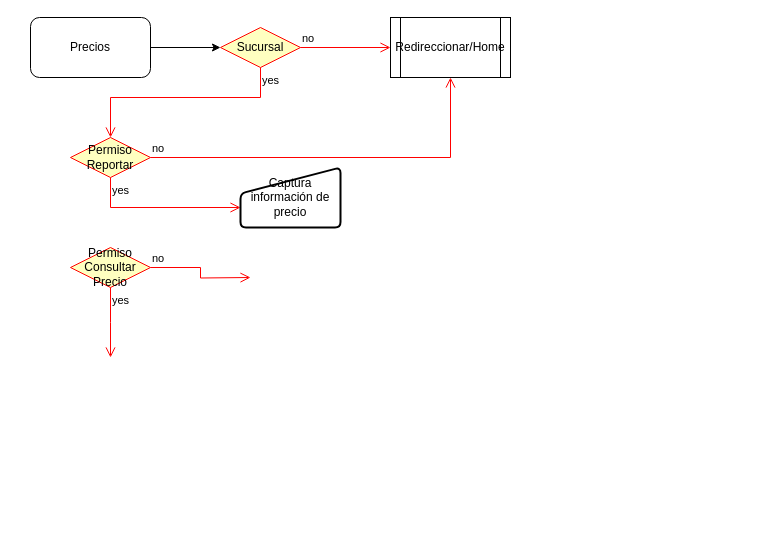
rrpovando/ProyectoDB keeps this draw.io diagram as page "Precios" (6 of 6) of Proyecto.drawio. Above is the earlier version. Source tidied: cells renumbered, new cells numbered last; positions are measured from the earlier drawing's top-left corner, leaving out a move shared by most shapes. Both pictures are drawn from the tidied source at 100%, with x=0, y=0 at pixel (30, 17).
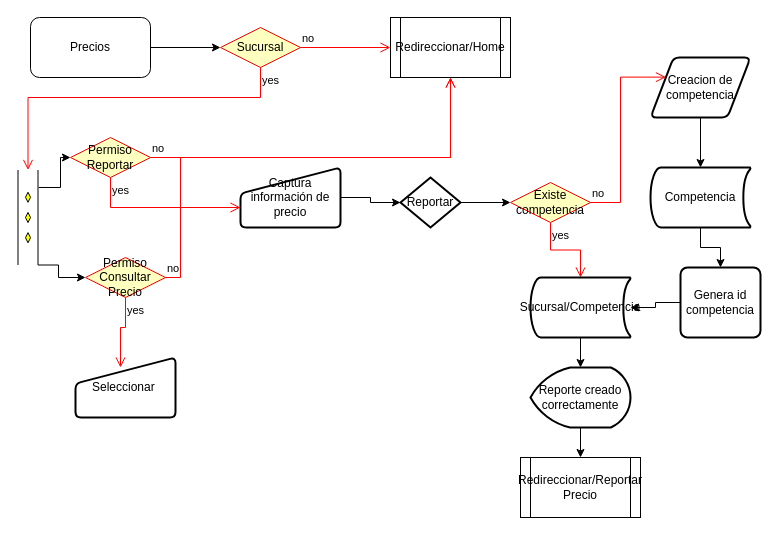
The same page after the edit.

Unchanged cells that the change refers to:
```xml
<mxCell id="4" value="Permiso Reportar" style="rhombus;whiteSpace=wrap;html=1;fillColor=#ffffc0;strokeColor=#ff0000;" parent="1" vertex="1">
  <mxGeometry x="40" y="120" width="80" height="40" as="geometry" />
</mxCell>
<mxCell id="10" value="Sucursal" style="rhombus;whiteSpace=wrap;html=1;fillColor=#ffffc0;strokeColor=#ff0000;" parent="1" vertex="1">
  <mxGeometry x="190" y="10" width="80" height="40" as="geometry" />
</mxCell>
<mxCell id="13" value="Redireccionar/Home" style="shape=process;whiteSpace=wrap;html=1;backgroundOutline=1;size=0.08333333333333333;" parent="1" vertex="1">
  <mxGeometry x="360" width="120" height="60" as="geometry" />
</mxCell>
<mxCell id="14" value="Captura información de precio" style="html=1;strokeWidth=2;shape=manualInput;whiteSpace=wrap;rounded=1;size=26;arcSize=11;" parent="1" vertex="1">
  <mxGeometry x="210" y="150" width="100" height="60" as="geometry" />
</mxCell>
```

What changed in the source:
```diff
@@
     <mxCell id="7" value="Permiso Consultar Precio" style="rhombus;whiteSpace=wrap;html=1;fillColor=#ffffc0;strokeColor=#ff0000;" parent="1" vertex="1">
-      <mxGeometry x="40" y="230" width="80" height="40" as="geometry" />
+      <mxGeometry x="55" y="240" width="80" height="40" as="geometry" />
     </mxCell>
-    <mxCell id="8" value="no" style="edgeStyle=orthogonalEdgeStyle;html=1;align=left;verticalAlign=bottom;endArrow=open;endSize=8;strokeColor=#ff0000;rounded=0;" parent="1" edge="1" source="7">
+    <mxCell id="8" value="no" style="edgeStyle=orthogonalEdgeStyle;html=1;align=left;verticalAlign=bottom;endArrow=open;endSize=8;strokeColor=#ff0000;rounded=0;entryX=0.5;entryY=1;entryDx=0;entryDy=0;" parent="1" edge="1" source="7" target="13">
       <mxGeometry x="-1" relative="1" as="geometry">
-        <mxPoint x="220" y="260" as="targetPoint" />
+        <Array as="points">
+          <mxPoint x="150" y="260" />
+          <mxPoint x="150" y="140" />
+          <mxPoint x="420" y="140" />
+        </Array>
       </mxGeometry>
     </mxCell>
-    <mxCell id="9" value="yes" style="edgeStyle=orthogonalEdgeStyle;html=1;align=left;verticalAlign=top;endArrow=open;endSize=8;strokeColor=#ff0000;rounded=0;" parent="1" edge="1" source="7">
-      <mxGeometry x="-1" relative="1" as="geometry">
-        <mxPoint x="80" y="340" as="targetPoint" />
-      </mxGeometry>
+    <mxCell id="9" value="yes" style="edgeStyle=orthogonalEdgeStyle;html=1;align=left;verticalAlign=top;endArrow=open;endSize=8;strokeColor=#ff0000;rounded=0;entryX=0.45;entryY=0.167;entryDx=0;entryDy=0;entryPerimeter=0;" parent="1" edge="1" source="7" target="35">
+      <mxGeometry x="-1" relative="1" as="geometry" />
     </mxCell>
@@
-    <mxCell id="12" value="yes" style="edgeStyle=orthogonalEdgeStyle;html=1;align=left;verticalAlign=top;endArrow=open;endSize=8;strokeColor=#ff0000;rounded=0;entryX=0.5;entryY=0;entryDx=0;entryDy=0;exitX=0.5;exitY=1;exitDx=0;exitDy=0;" parent="1" edge="1" source="10" target="4">
+    <mxCell id="12" value="yes" style="edgeStyle=orthogonalEdgeStyle;html=1;align=left;verticalAlign=top;endArrow=open;endSize=8;strokeColor=#ff0000;rounded=0;entryX=0;entryY=0.5;entryDx=0;entryDy=0;exitX=0.5;exitY=1;exitDx=0;exitDy=0;entryPerimeter=0;" parent="1" edge="1" source="10" target="33">
       <mxGeometry x="-1" relative="1" as="geometry">
         <Array as="points">
           <mxPoint x="230" y="80" />
-          <mxPoint x="80" y="80" />
+          <mxPoint x="-2" y="80" />
         </Array>
       </mxGeometry>
     </mxCell>
@@
+    <mxCell id="15" style="edgeStyle=orthogonalEdgeStyle;rounded=0;jettySize=auto;html=1;" parent="1" edge="1" source="14" target="19">
+      <mxGeometry relative="1" as="geometry" />
+    </mxCell>
@@
+    <mxCell id="16" style="edgeStyle=orthogonalEdgeStyle;rounded=0;jettySize=auto;html=1;" parent="1" edge="1" source="17" target="25">
+      <mxGeometry relative="1" as="geometry" />
+    </mxCell>
+    <mxCell id="17" value="Competencia" style="strokeWidth=2;html=1;shape=mxgraph.flowchart.stored_data;whiteSpace=wrap;" parent="1" vertex="1">
+      <mxGeometry x="620" y="150" width="100" height="60" as="geometry" />
+    </mxCell>
+    <mxCell id="18" style="edgeStyle=orthogonalEdgeStyle;rounded=0;jettySize=auto;html=1;" parent="1" edge="1" source="19" target="20">
+      <mxGeometry relative="1" as="geometry" />
+    </mxCell>
+    <mxCell id="19" value="Reportar" style="strokeWidth=2;html=1;shape=mxgraph.flowchart.decision;whiteSpace=wrap;" parent="1" vertex="1">
+      <mxGeometry x="370" y="160" width="60" height="50" as="geometry" />
+    </mxCell>
+    <mxCell id="20" value="Existe competencia" style="rhombus;whiteSpace=wrap;html=1;fillColor=#ffffc0;strokeColor=#ff0000;" parent="1" vertex="1">
+      <mxGeometry x="480" y="165" width="80" height="40" as="geometry" />
+    </mxCell>
+    <mxCell id="21" value="no" style="edgeStyle=orthogonalEdgeStyle;html=1;align=left;verticalAlign=bottom;endArrow=open;endSize=8;strokeColor=#ff0000;rounded=0;entryX=0;entryY=0.25;entryDx=0;entryDy=0;" parent="1" edge="1" source="20" target="30">
+      <mxGeometry x="-1" relative="1" as="geometry">
+        <Array as="points">
+          <mxPoint x="590" y="185" />
+          <mxPoint x="590" y="60" />
+        </Array>
+      </mxGeometry>
+    </mxCell>
+    <mxCell id="22" value="yes" style="edgeStyle=orthogonalEdgeStyle;html=1;align=left;verticalAlign=top;endArrow=open;endSize=8;strokeColor=#ff0000;rounded=0;entryX=0.5;entryY=0;entryDx=0;entryDy=0;entryPerimeter=0;" parent="1" edge="1" source="20" target="27">
+      <mxGeometry x="-1" relative="1" as="geometry" />
+    </mxCell>
+    <mxCell id="23" style="edgeStyle=orthogonalEdgeStyle;rounded=0;jettySize=auto;html=1;" parent="1" edge="1" source="30" target="17">
+      <mxGeometry relative="1" as="geometry" />
+    </mxCell>
+    <mxCell id="24" style="edgeStyle=orthogonalEdgeStyle;rounded=0;jettySize=auto;html=1;" parent="1" edge="1" source="25" target="27">
+      <mxGeometry relative="1" as="geometry" />
+    </mxCell>
+    <mxCell id="25" value="Genera id competencia" style="rounded=1;whiteSpace=wrap;html=1;absoluteArcSize=1;arcSize=14;strokeWidth=2;" parent="1" vertex="1">
+      <mxGeometry x="650" y="250" width="80" height="70" as="geometry" />
+    </mxCell>
+    <mxCell id="26" style="edgeStyle=orthogonalEdgeStyle;rounded=0;jettySize=auto;html=1;" parent="1" edge="1" source="27" target="29">
+      <mxGeometry relative="1" as="geometry" />
+    </mxCell>
+    <mxCell id="27" value="Sucursal/Competencia" style="strokeWidth=2;html=1;shape=mxgraph.flowchart.stored_data;whiteSpace=wrap;" parent="1" vertex="1">
+      <mxGeometry x="500" y="260" width="100" height="60" as="geometry" />
+    </mxCell>
+    <mxCell id="28" style="edgeStyle=orthogonalEdgeStyle;rounded=0;jettySize=auto;html=1;" parent="1" edge="1" source="29" target="31">
+      <mxGeometry relative="1" as="geometry" />
+    </mxCell>
+    <mxCell id="29" value="Reporte creado correctamente" style="strokeWidth=2;html=1;shape=mxgraph.flowchart.display;whiteSpace=wrap;" parent="1" vertex="1">
+      <mxGeometry x="500" y="350" width="100" height="60" as="geometry" />
+    </mxCell>
+    <mxCell id="30" value="Creacion de competencia" style="shape=parallelogram;html=1;strokeWidth=2;perimeter=parallelogramPerimeter;whiteSpace=wrap;rounded=1;arcSize=12;size=0.23;" parent="1" vertex="1">
+      <mxGeometry x="620" y="40" width="100" height="60" as="geometry" />
+    </mxCell>
+    <mxCell id="31" value="Redireccionar/Reportar Precio" style="shape=process;whiteSpace=wrap;html=1;backgroundOutline=1;size=0.08333333333333333;" parent="1" vertex="1">
+      <mxGeometry x="490" y="440" width="120" height="60" as="geometry" />
+    </mxCell>
+    <mxCell id="32" style="edgeStyle=orthogonalEdgeStyle;rounded=0;jettySize=auto;html=1;exitX=1;exitY=0;exitDx=0;exitDy=0;exitPerimeter=0;" parent="1" edge="1" source="33" target="7">
+      <mxGeometry relative="1" as="geometry">
+        <Array as="points">
+          <mxPoint x="28" y="260" />
+        </Array>
+      </mxGeometry>
+    </mxCell>
+    <mxCell id="33" style="verticalLabelPosition=bottom;verticalAlign=top;html=1;shape=mxgraph.flowchart.parallel_mode;rotation=90;" parent="1" vertex="1">
+      <mxGeometry x="-50" y="190" width="95" height="20" as="geometry" />
+    </mxCell>
+    <mxCell id="34" style="edgeStyle=orthogonalEdgeStyle;rounded=0;jettySize=auto;html=1;exitX=0.184;exitY=-0.037;exitDx=0;exitDy=0;exitPerimeter=0;entryX=0;entryY=0.5;entryDx=0;entryDy=0;" parent="1" edge="1" source="33" target="4">
+      <mxGeometry relative="1" as="geometry">
+        <Array as="points">
+          <mxPoint x="30" y="170" />
+          <mxPoint x="30" y="140" />
+        </Array>
+      </mxGeometry>
+    </mxCell>
+    <mxCell id="35" value="Seleccionar&amp;nbsp;" style="html=1;strokeWidth=2;shape=manualInput;whiteSpace=wrap;rounded=1;size=26;arcSize=11;" parent="1" vertex="1">
+      <mxGeometry x="45" y="340" width="100" height="60" as="geometry" />
+    </mxCell>
```
